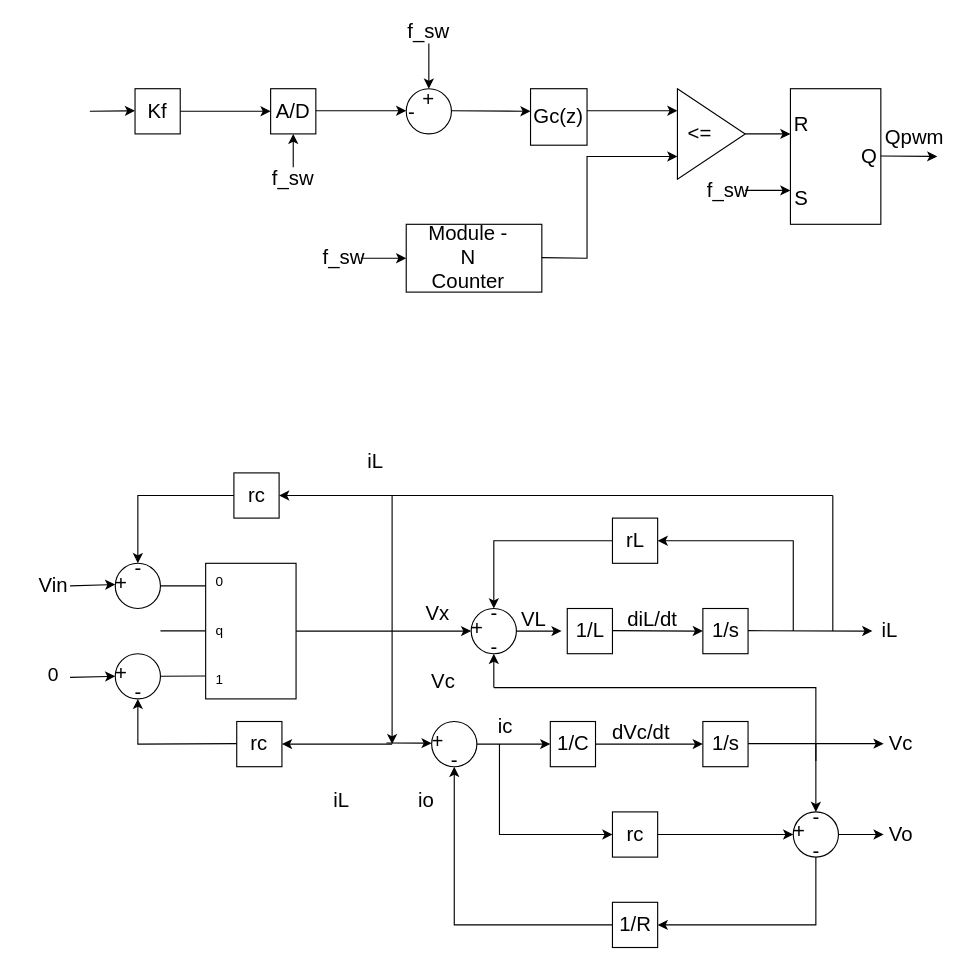
Above: Untitled Diagram.drawio in CodeWithManojkumar/ADCs (draw.io), before the change. Source tidied: cells renumbered, new cells numbered last; positions are measured from the earlier drawing's top-left corner, leaving out a move shared by most shapes. Both pictures are drawn from the tidied source at 113%, with x=0, y=0 at pixel (18, 20).
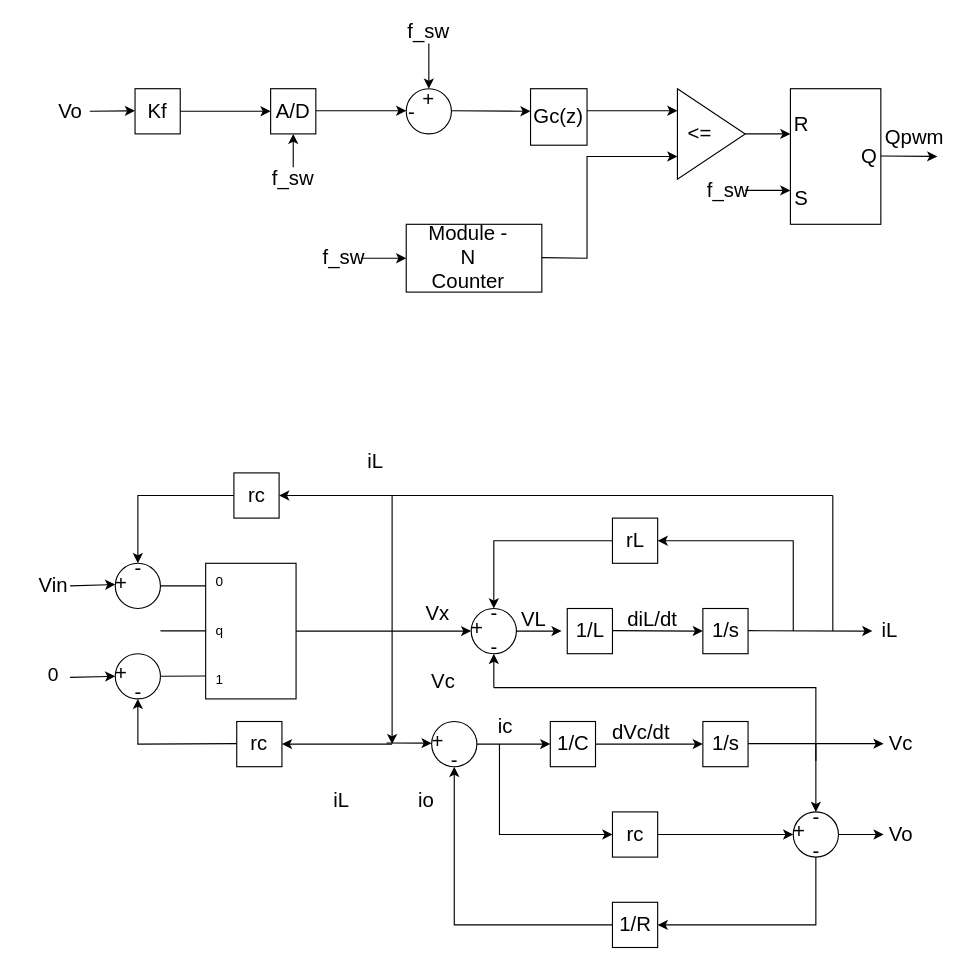
After the change.

What changed in the source:
```diff
@@
+    <mxCell id="115" value="Vo" style="text;strokeColor=none;align=center;fillColor=none;html=1;verticalAlign=middle;whiteSpace=wrap;rounded=0;fontFamily=palatino;fontSize=18;" parent="1" vertex="1">
+      <mxGeometry x="30.5" y="70" width="30" height="20" as="geometry" />
+    </mxCell>
```
